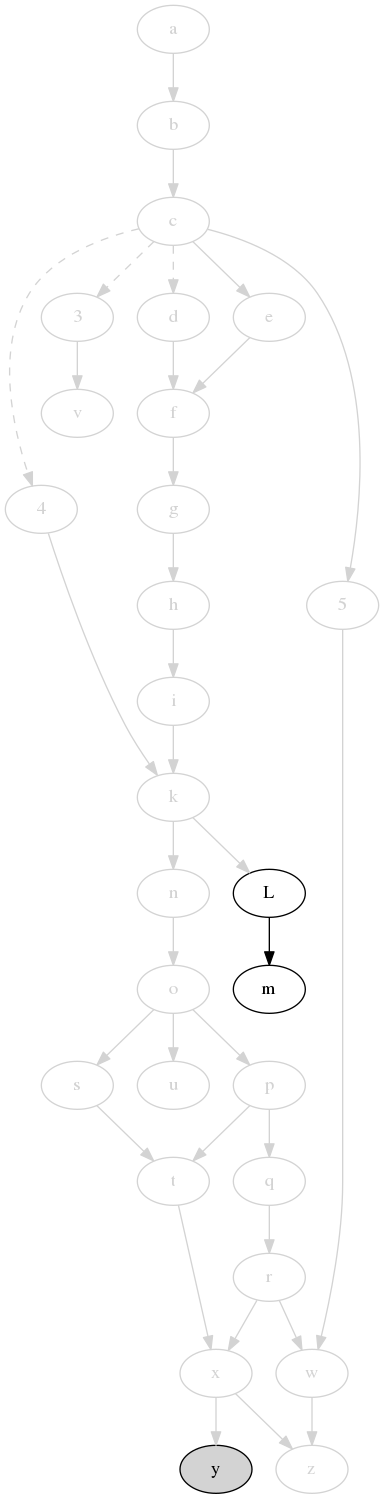
Before: svm-startup-deps.png, a diagram exported from Graphviz (jdmpapin/svm-startup-deps). Its source is kept beside it as svm-startup-deps.dot.
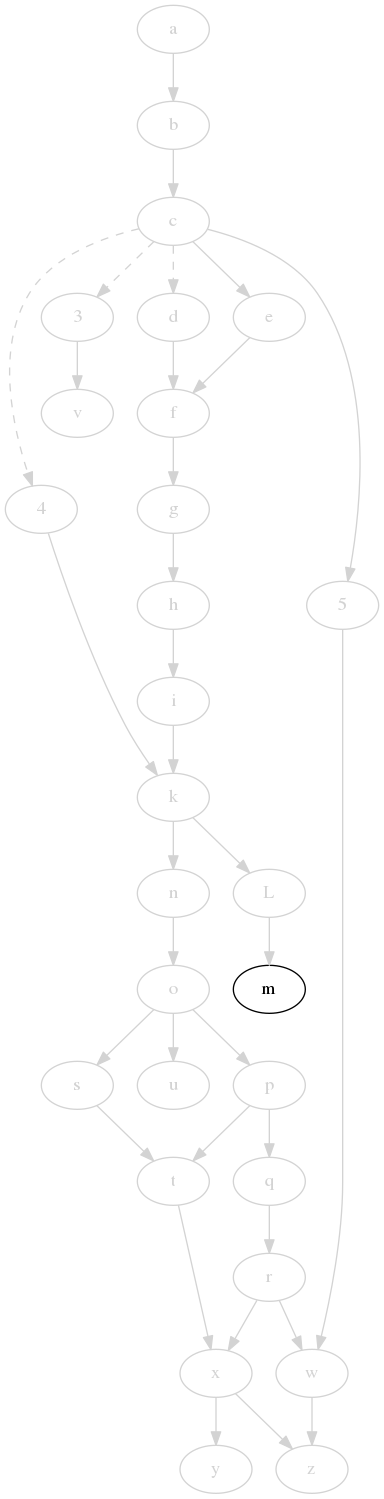
After the commit.

Diff of the diagram source:
```diff
@@ -12,7 +12,7 @@
     h [color=lightgrey,fontcolor=lightgrey];
     i [color=lightgrey,fontcolor=lightgrey];
     k [color=lightgrey,fontcolor=lightgrey];
-    L;
+    L [color=lightgrey,fontcolor=lightgrey];
     m;
     5 [color=lightgrey,fontcolor=lightgrey];
     n [color=lightgrey,fontcolor=lightgrey];
@@ -26,7 +26,7 @@
     v [color=lightgrey,fontcolor=lightgrey];
     w [color=lightgrey,fontcolor=lightgrey];
     x [color=lightgrey,fontcolor=lightgrey];
-    y [style=filled,fillcolor=lightgrey];
+    y [color=lightgrey,fontcolor=lightgrey];
     z [color=lightgrey,fontcolor=lightgrey];
 
     4 -> k [color=lightgrey];
@@ -45,7 +45,7 @@
     h -> i [color=lightgrey];
     i -> k [color=lightgrey];
     k -> L [color=lightgrey];
-    L -> m;
+    L -> m [color=lightgrey];
     k -> n [color=lightgrey];
     n -> o [color=lightgrey];
     o -> p [color=lightgrey];
```
